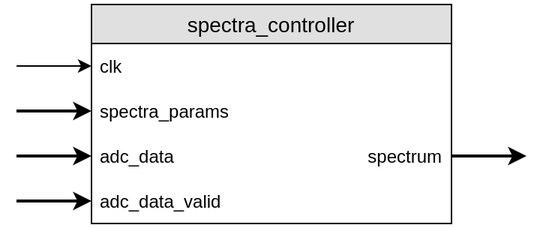
gra98rus/Stand-for-Calorimeter-Crystal keeps this draw.io diagram as Report/Diploma/images/spectra_controller.png. Above is the earlier version. Source tidied: cells renumbered, new cells last; positions are measured from the earlier drawing's top-left corner, leaving out a move shared by most shapes.
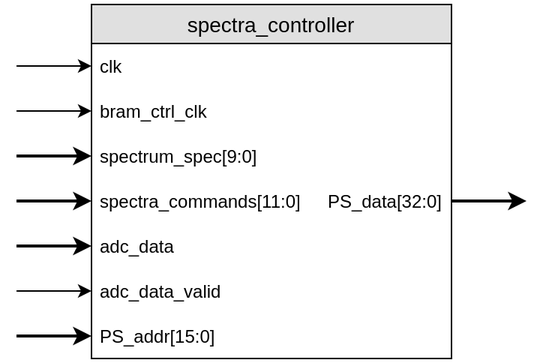
After the commit.

Commit message:
Spectra_controller is described in more detail, some diagrams are redrawn, and bibliograrhy is configured

The edit, as a diff of the source:
```diff
@@ -3,7 +3,7 @@
     <mxCell id="0" />
     <mxCell id="1" parent="0" />
     <mxCell id="2" value="spectra_controller" style="swimlane;fontStyle=0;horizontal=1;startSize=26;fillColor=#e0e0e0;swimlaneFillColor=#ffffff;align=center;fontSize=14;rounded=0;shadow=0;glass=0;comic=0;strokeColor=#000000;html=0;" parent="1" vertex="1">
-      <mxGeometry x="50" width="240" height="146" as="geometry" />
+      <mxGeometry x="50" width="240" height="236" as="geometry" />
     </mxCell>
     <mxCell id="3" style="shape=partialRectangle;top=0;left=0;right=0;bottom=1;align=right;verticalAlign=middle;fillColor=none;spacingLeft=34;spacingRight=4;overflow=hidden;points=[[0,0.5],[1,0.5]];portConstraint=eastwest;fontStyle=5;fontSize=12;strokeColor=none;fontColor=#000000;" parent="2" vertex="1">
       <mxGeometry y="26" width="240" height="30" as="geometry" />
@@ -11,48 +11,81 @@
     <mxCell id="4" value="clk" style="shape=partialRectangle;top=0;left=0;bottom=0;fillColor=none;align=left;verticalAlign=middle;spacingLeft=4;spacingRight=4;overflow=hidden;fontSize=12;strokeColor=none;" parent="3" vertex="1">
       <mxGeometry width="70" height="30" as="geometry" />
     </mxCell>
+    <mxCell id="16" style="shape=partialRectangle;top=0;left=0;right=0;bottom=1;align=right;verticalAlign=middle;fillColor=none;spacingLeft=34;spacingRight=4;overflow=hidden;points=[[0,0.5],[1,0.5]];portConstraint=eastwest;fontStyle=5;fontSize=12;strokeColor=none;fontColor=#000000;" parent="2" vertex="1">
+      <mxGeometry y="56" width="240" height="30" as="geometry" />
+    </mxCell>
+    <mxCell id="17" value="bram_ctrl_clk" style="shape=partialRectangle;top=0;left=0;bottom=0;fillColor=none;align=left;verticalAlign=middle;spacingLeft=4;spacingRight=4;overflow=hidden;fontSize=12;strokeColor=none;" parent="16" vertex="1">
+      <mxGeometry width="110" height="30" as="geometry" />
+    </mxCell>
     <mxCell id="5" style="shape=partialRectangle;top=0;left=0;right=0;bottom=1;align=right;verticalAlign=middle;fillColor=none;spacingLeft=34;spacingRight=4;overflow=hidden;points=[[0,0.5],[1,0.5]];portConstraint=eastwest;fontStyle=0;fontSize=12;strokeColor=none;fontColor=#000000;" parent="2" vertex="1">
-      <mxGeometry y="56" width="240" height="30" as="geometry" />
+      <mxGeometry y="86" width="240" height="30" as="geometry" />
     </mxCell>
-    <mxCell id="6" value="spectra_params" style="shape=partialRectangle;top=0;left=0;bottom=0;fillColor=none;align=left;verticalAlign=middle;spacingLeft=4;spacingRight=4;overflow=hidden;fontSize=12;strokeColor=none;" parent="5" vertex="1">
+    <mxCell id="6" value="spectrum_spec[9:0]" style="shape=partialRectangle;top=0;left=0;bottom=0;fillColor=none;align=left;verticalAlign=middle;spacingLeft=4;spacingRight=4;overflow=hidden;fontSize=12;strokeColor=none;" parent="5" vertex="1">
       <mxGeometry width="120" height="30" as="geometry" />
     </mxCell>
+    <mxCell id="18" value="PS_data[32:0]" style="shape=partialRectangle;top=0;left=0;right=0;bottom=1;align=right;verticalAlign=middle;fillColor=none;spacingLeft=34;spacingRight=4;overflow=hidden;points=[[0,0.5],[1,0.5]];portConstraint=eastwest;fontStyle=0;fontSize=12;strokeColor=none;fontColor=#000000;" parent="2" vertex="1">
+      <mxGeometry y="116" width="240" height="30" as="geometry" />
+    </mxCell>
+    <mxCell id="19" value="spectra_commands[11:0]" style="shape=partialRectangle;top=0;left=0;bottom=0;fillColor=none;align=left;verticalAlign=middle;spacingLeft=4;spacingRight=4;overflow=hidden;fontSize=12;strokeColor=none;" parent="18" vertex="1">
+      <mxGeometry width="150" height="30" as="geometry" />
+    </mxCell>
-    <mxCell id="7" value="spectrum" style="shape=partialRectangle;top=0;left=0;right=0;bottom=1;align=right;verticalAlign=middle;fillColor=none;spacingLeft=34;spacingRight=4;overflow=hidden;points=[[0,0.5],[1,0.5]];portConstraint=eastwest;fontStyle=0;fontSize=12;strokeColor=none;fontColor=#000000;" parent="2" vertex="1">
-      <mxGeometry y="86" width="240" height="30" as="geometry" />
+    <mxCell id="7" style="shape=partialRectangle;top=0;left=0;right=0;bottom=1;align=right;verticalAlign=middle;fillColor=none;spacingLeft=34;spacingRight=4;overflow=hidden;points=[[0,0.5],[1,0.5]];portConstraint=eastwest;fontStyle=0;fontSize=12;strokeColor=none;fontColor=#000000;" parent="2" vertex="1">
+      <mxGeometry y="146" width="240" height="30" as="geometry" />
     </mxCell>
     <mxCell id="8" value="adc_data" style="shape=partialRectangle;top=0;left=0;bottom=0;fillColor=none;align=left;verticalAlign=middle;spacingLeft=4;spacingRight=4;overflow=hidden;fontSize=12;strokeColor=none;" parent="7" vertex="1">
       <mxGeometry width="120" height="30" as="geometry" />
     </mxCell>
     <mxCell id="9" style="shape=partialRectangle;top=0;left=0;right=0;bottom=1;align=right;verticalAlign=middle;fillColor=none;spacingLeft=34;spacingRight=4;overflow=hidden;points=[[0,0.5],[1,0.5]];portConstraint=eastwest;fontStyle=5;fontSize=12;strokeColor=none;fontColor=#000000;" parent="2" vertex="1">
-      <mxGeometry y="116" width="240" height="30" as="geometry" />
+      <mxGeometry y="176" width="240" height="30" as="geometry" />
     </mxCell>
     <mxCell id="10" value="adc_data_valid" style="shape=partialRectangle;top=0;left=0;bottom=0;fillColor=none;align=left;verticalAlign=middle;spacingLeft=4;spacingRight=4;overflow=hidden;fontSize=12;strokeColor=none;" parent="9" vertex="1">
       <mxGeometry width="110" height="30" as="geometry" />
     </mxCell>
-    <mxCell id="11" style="edgeStyle=orthogonalEdgeStyle;rounded=0;jettySize=auto;html=1;exitX=1;exitY=0.5;exitDx=0;exitDy=0;strokeWidth=2;" parent="1" edge="1" source="7">
-      <mxGeometry relative="1" as="geometry">
-        <mxPoint x="340" y="101" as="targetPoint" />
-      </mxGeometry>
-    </mxCell>
-    <mxCell id="12" style="edgeStyle=orthogonalEdgeStyle;rounded=0;jettySize=auto;html=1;exitX=0;exitY=0.5;exitDx=0;exitDy=0;strokeWidth=2;startArrow=classic;startFill=1;endArrow=none;endFill=0;" parent="1" edge="1" source="9">
-      <mxGeometry relative="1" as="geometry">
-        <mxPoint y="131" as="targetPoint" />
-      </mxGeometry>
-    </mxCell>
-    <mxCell id="13" style="edgeStyle=orthogonalEdgeStyle;rounded=0;jettySize=auto;html=1;exitX=0;exitY=0.5;exitDx=0;exitDy=0;startArrow=classic;startFill=1;endArrow=none;endFill=0;strokeWidth=2;" parent="1" edge="1" source="7">
-      <mxGeometry relative="1" as="geometry">
-        <mxPoint y="101" as="targetPoint" />
-      </mxGeometry>
-    </mxCell>
-    <mxCell id="14" style="edgeStyle=orthogonalEdgeStyle;rounded=0;jettySize=auto;html=1;exitX=0;exitY=0.5;exitDx=0;exitDy=0;startArrow=classic;startFill=1;endArrow=none;endFill=0;strokeWidth=2;" parent="1" edge="1" source="5">
-      <mxGeometry relative="1" as="geometry">
-        <mxPoint y="71" as="targetPoint" />
-      </mxGeometry>
-    </mxCell>
+    <mxCell id="20" style="shape=partialRectangle;top=0;left=0;right=0;bottom=1;align=right;verticalAlign=middle;fillColor=none;spacingLeft=34;spacingRight=4;overflow=hidden;points=[[0,0.5],[1,0.5]];portConstraint=eastwest;fontStyle=5;fontSize=12;strokeColor=none;fontColor=#000000;" parent="2" vertex="1">
+      <mxGeometry y="206" width="240" height="30" as="geometry" />
+    </mxCell>
+    <mxCell id="21" value="PS_addr[15:0]" style="shape=partialRectangle;top=0;left=0;bottom=0;fillColor=none;align=left;verticalAlign=middle;spacingLeft=4;spacingRight=4;overflow=hidden;fontSize=12;strokeColor=none;" parent="20" vertex="1">
+      <mxGeometry width="110" height="30" as="geometry" />
+    </mxCell>
     <mxCell id="15" style="edgeStyle=orthogonalEdgeStyle;rounded=0;jettySize=auto;html=1;exitX=0;exitY=0.5;exitDx=0;exitDy=0;startArrow=classic;startFill=1;endArrow=none;endFill=0;strokeWidth=1;" parent="1" edge="1" source="3">
       <mxGeometry relative="1" as="geometry">
         <mxPoint y="41" as="targetPoint" />
       </mxGeometry>
     </mxCell>
+    <mxCell id="22" style="edgeStyle=orthogonalEdgeStyle;rounded=0;jettySize=auto;html=1;exitX=1;exitY=0.5;exitDx=0;exitDy=0;strokeWidth=2;" parent="1" edge="1" source="18">
+      <mxGeometry relative="1" as="geometry">
+        <mxPoint x="340" y="131" as="targetPoint" />
+      </mxGeometry>
+    </mxCell>
+    <mxCell id="23" style="edgeStyle=orthogonalEdgeStyle;rounded=0;jettySize=auto;html=1;exitX=0;exitY=0.5;exitDx=0;exitDy=0;strokeWidth=1;startArrow=classic;startFill=1;endArrow=none;endFill=0;" parent="1" edge="1" source="16">
+      <mxGeometry relative="1" as="geometry">
+        <mxPoint y="71" as="targetPoint" />
+      </mxGeometry>
+    </mxCell>
+    <mxCell id="24" style="edgeStyle=orthogonalEdgeStyle;rounded=0;jettySize=auto;html=1;exitX=0;exitY=0.5;exitDx=0;exitDy=0;startArrow=classic;startFill=1;endArrow=none;endFill=0;strokeWidth=2;" parent="1" edge="1" source="5">
+      <mxGeometry relative="1" as="geometry">
+        <mxPoint y="101" as="targetPoint" />
+      </mxGeometry>
+    </mxCell>
+    <mxCell id="25" style="edgeStyle=orthogonalEdgeStyle;rounded=0;jettySize=auto;html=1;exitX=0;exitY=0.5;exitDx=0;exitDy=0;startArrow=classic;startFill=1;endArrow=none;endFill=0;strokeWidth=2;" parent="1" edge="1" source="18">
+      <mxGeometry relative="1" as="geometry">
+        <mxPoint y="131" as="targetPoint" />
+      </mxGeometry>
+    </mxCell>
+    <mxCell id="26" style="edgeStyle=orthogonalEdgeStyle;rounded=0;jettySize=auto;html=1;exitX=0;exitY=0.5;exitDx=0;exitDy=0;startArrow=classic;startFill=1;endArrow=none;endFill=0;strokeWidth=2;" parent="1" edge="1" source="7">
+      <mxGeometry relative="1" as="geometry">
+        <mxPoint y="161" as="targetPoint" />
+      </mxGeometry>
+    </mxCell>
+    <mxCell id="27" style="edgeStyle=orthogonalEdgeStyle;rounded=0;jettySize=auto;html=1;exitX=0;exitY=0.5;exitDx=0;exitDy=0;startArrow=classic;startFill=1;endArrow=none;endFill=0;strokeWidth=1;" parent="1" edge="1" source="9">
+      <mxGeometry relative="1" as="geometry">
+        <mxPoint y="191" as="targetPoint" />
+      </mxGeometry>
+    </mxCell>
+    <mxCell id="28" style="edgeStyle=orthogonalEdgeStyle;rounded=0;jettySize=auto;html=1;exitX=0;exitY=0.5;exitDx=0;exitDy=0;startArrow=classic;startFill=1;endArrow=none;endFill=0;strokeWidth=2;" parent="1" edge="1" source="20">
+      <mxGeometry relative="1" as="geometry">
+        <mxPoint y="221" as="targetPoint" />
+      </mxGeometry>
+    </mxCell>
   </root>
 </mxGraphModel>
```
